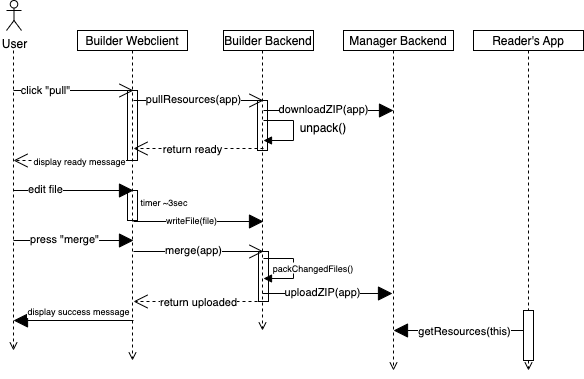
lokmeinmatz/ba-docs keeps this draw.io diagram as ba-text/pics/user-flow.uml.drawio.png. Above is the earlier version. Source tidied: cells renumbered, new cells last; positions are measured from the earlier drawing's top-left corner, leaving out a move shared by most shapes.
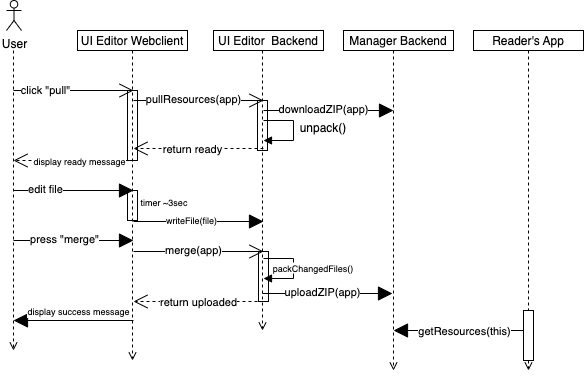
Above is the later version.

Diff of the diagram source:
```diff
@@ -8,7 +8,7 @@
         <mxPoint x="7" y="350" as="targetPoint" />
       </mxGeometry>
     </mxCell>
-    <mxCell id="3" value="Builder Webclient" style="fontStyle=0;" parent="1" vertex="1">
+    <mxCell id="3" value="UI Editor Webclient" style="fontStyle=0;" parent="1" vertex="1">
       <mxGeometry x="71" y="30" width="110" height="20" as="geometry" />
     </mxCell>
     <mxCell id="4" style="html=1;verticalAlign=bottom;labelBackgroundColor=none;endArrow=open;endFill=0;dashed=1;exitX=0.5;exitY=1;exitDx=0;exitDy=0;" parent="1" edge="1" source="3">
@@ -20,8 +20,8 @@
         </Array>
       </mxGeometry>
     </mxCell>
-    <mxCell id="5" value="Builder Backend" style="fontStyle=0;" parent="1" vertex="1">
-      <mxGeometry x="217" y="30" width="90" height="20" as="geometry" />
+    <mxCell id="5" value="UI Editor  Backend" style="fontStyle=0;" parent="1" vertex="1">
+      <mxGeometry x="207" y="30" width="110" height="20" as="geometry" />
     </mxCell>
     <mxCell id="6" style="html=1;verticalAlign=bottom;labelBackgroundColor=none;endArrow=open;endFill=0;dashed=1;exitX=0.5;exitY=1;exitDx=0;exitDy=0;" parent="1" edge="1">
       <mxGeometry relative="1" as="geometry">
```
